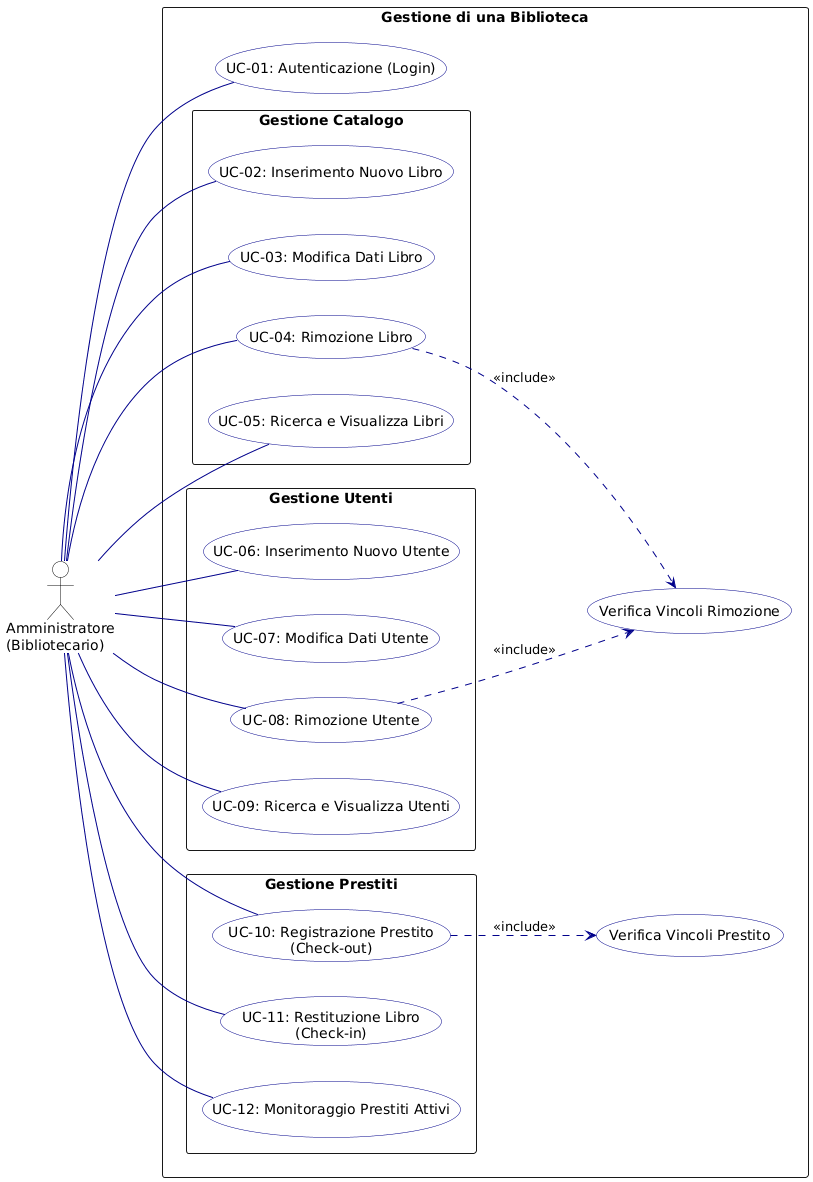
Before: docs/PlantUML_MyDiagram.png, a diagram exported from PlantUML (AleTane04/IngegneriaDelSoftware_Gruppo16).
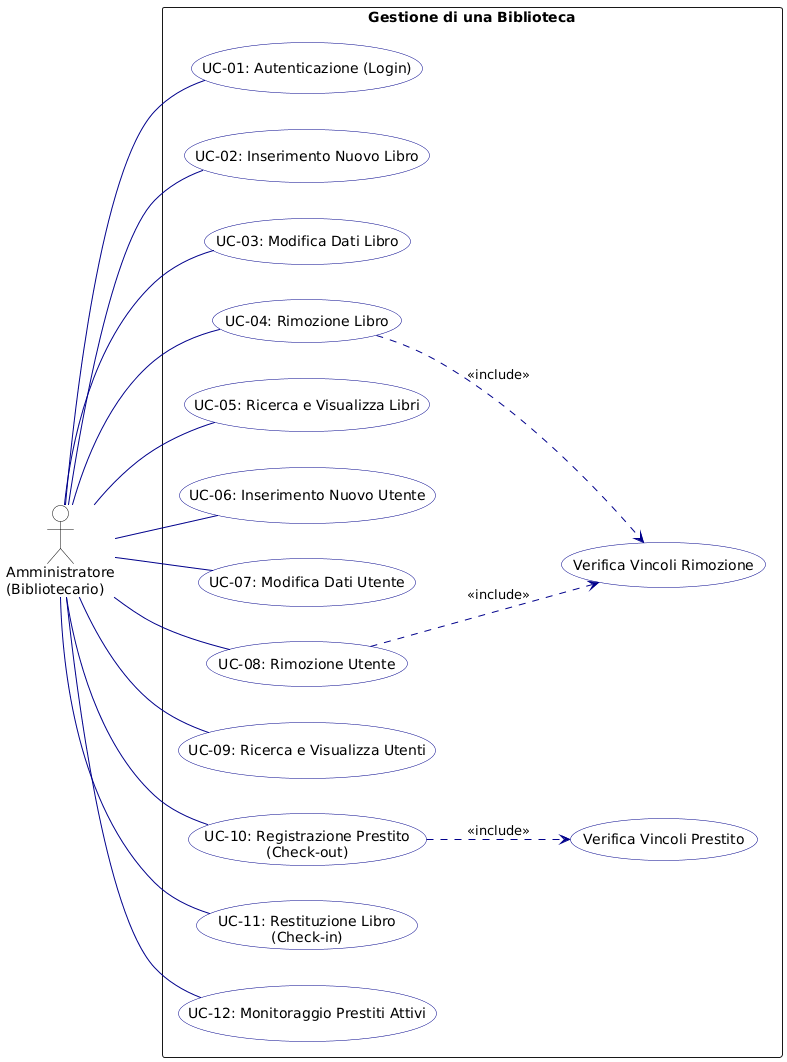
After the commit.

Commit message:
Terzo commit sui documenti: aggiustato diagramma UML (semplificata la visione) e incluso codice .puml

Diff of the diagram source:
```diff
@@ -10,6 +10,7 @@
     BorderColor Black
 }
 
+
 left to right direction
 
 actor "Amministratore\n(Bibliotecario)" as Admin
@@ -18,28 +19,30 @@
 
     usecase "UC-01: Autenticazione (Login)" as UC01
 
-    rectangle "Gestione Catalogo" {
+
         usecase "UC-02: Inserimento Nuovo Libro" as UC02
         usecase "UC-03: Modifica Dati Libro" as UC03
         usecase "UC-04: Rimozione Libro" as UC04
         usecase "UC-05: Ricerca e Visualizza Libri" as UC05
-    }
 
-    rectangle "Gestione Utenti" {
+
+
         usecase "UC-06: Inserimento Nuovo Utente" as UC06
         usecase "UC-07: Modifica Dati Utente" as UC07
         usecase "UC-08: Rimozione Utente" as UC08
         usecase "UC-09: Ricerca e Visualizza Utenti" as UC09
-    }
 
-    rectangle "Gestione Prestiti" {
+
+
         usecase "UC-10: Registrazione Prestito\n(Check-out)" as UC10
         usecase "UC-11: Restituzione Libro\n(Check-in)" as UC11
         usecase "UC-12: Monitoraggio Prestiti Attivi" as UC12
-    }
+
+
 
     usecase "Verifica Vincoli Prestito" as CheckLoanRules
     usecase "Verifica Vincoli Rimozione" as CheckDeleteRules
+
 
 
     Admin -- UC01
```
